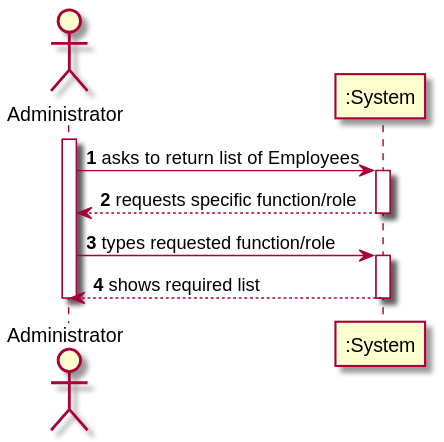
This is docs/SprintB/UserStories/US11/US11_SSD.svg from diogonapoles/isep-lapr2, a PlantUML export, as it was before one commit.
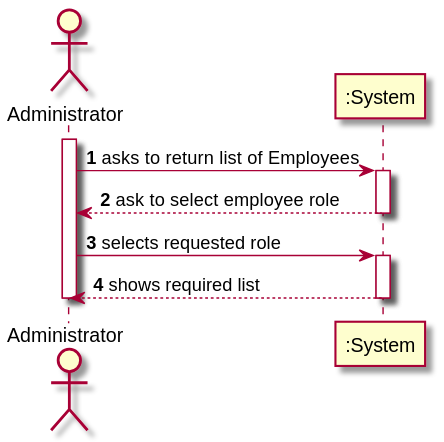
After the change.

What changed in the source:
```diff
@@ -5,10 +5,10 @@
 activate ADM
 ADM -> ":System" : asks to return list of Employees
 activate ":System"
-":System" --> ADM : requests specific function/role
+":System" --> ADM : ask to select employee role
 deactivate ":System"
 
-ADM -> ":System" : types requested function/role
+ADM -> ":System" : selects requested role
 activate ":System"
 ":System" --> ADM : shows required list
 deactivate ":System"
```
